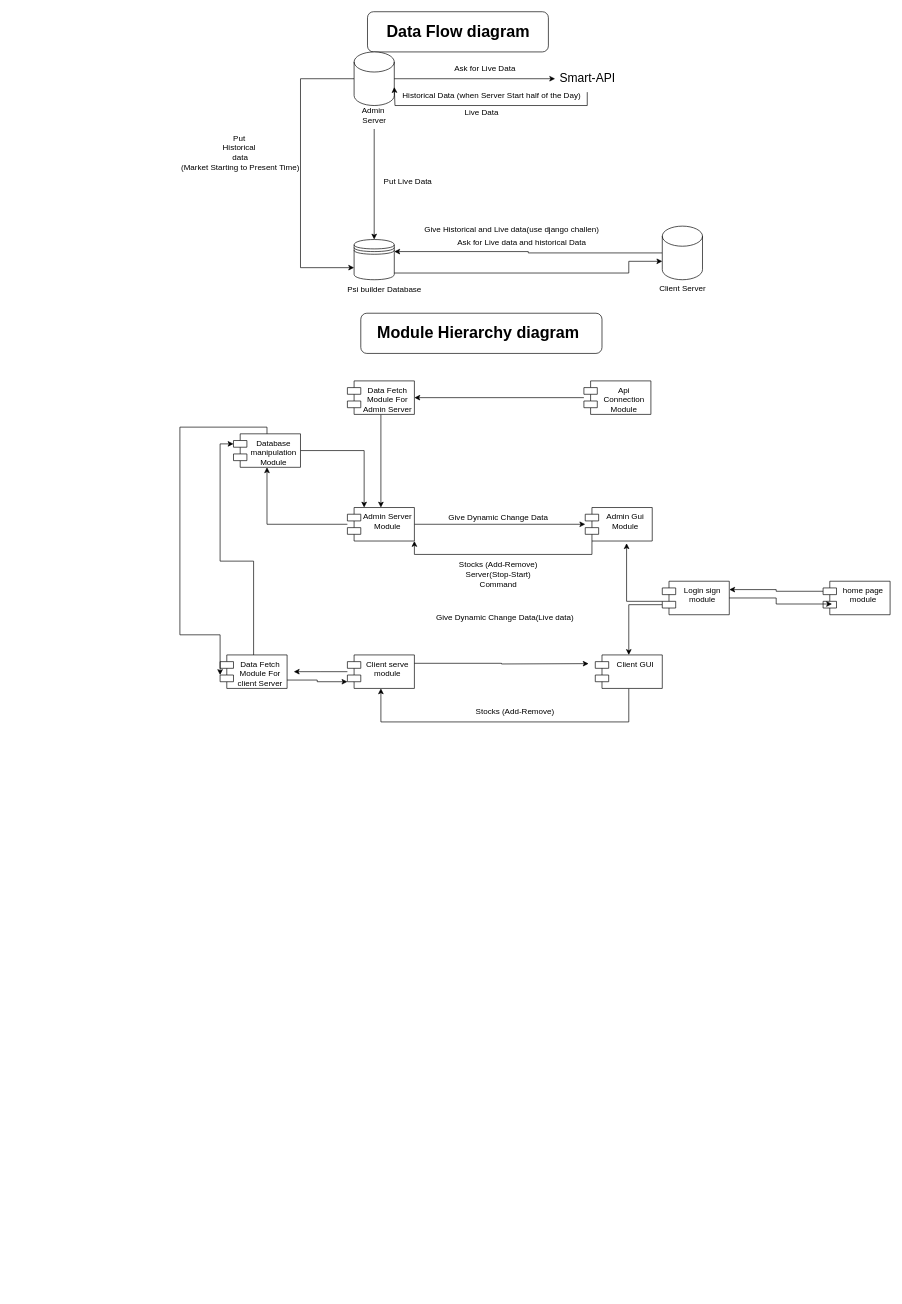
Above: Untitled Diagram.drawio in rizztoy/psi-builder (draw.io), before the change. Source tidied: cells renumbered, new cells numbered last; positions are measured from the earlier drawing's top-left corner, leaving out a move shared by most shapes. Both pictures are drawn from the tidied source at 67%, with x=0, y=0 at pixel (173, 11).
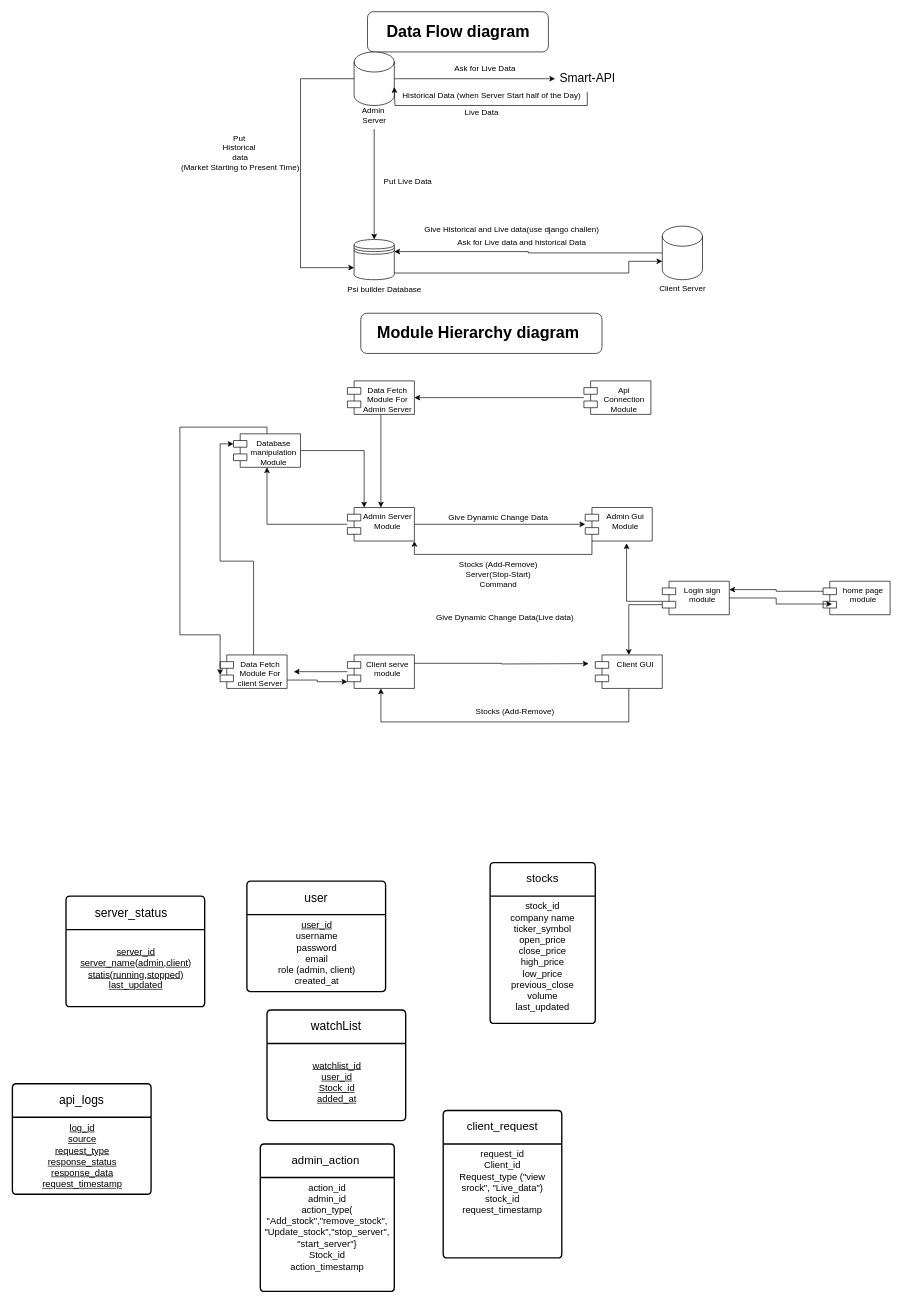
Above is the later version.

What changed in the source:
```diff
@@
+    <mxCell id="56" value="&lt;font style=&quot;font-size: 18px;&quot;&gt;user&lt;/font&gt;" style="swimlane;horizontal=1;startSize=50;rounded=1;fontSize=14;fontStyle=0;strokeWidth=2;shadow=0;dashed=0;align=center;arcSize=4;whiteSpace=wrap;html=1;" parent="1" vertex="1">
+      <mxGeometry x="110" y="1297.5" width="207" height="165" as="geometry" />
+    </mxCell>
+    <mxCell id="57" value="&lt;u&gt;&lt;font style=&quot;font-size: 14px;&quot;&gt;user_id&lt;/font&gt;&lt;/u&gt;&lt;div&gt;&lt;font style=&quot;font-size: 14px;&quot;&gt;username&lt;/font&gt;&lt;/div&gt;&lt;div&gt;&lt;font style=&quot;font-size: 14px;&quot;&gt;password&lt;/font&gt;&lt;/div&gt;&lt;div&gt;&lt;font style=&quot;font-size: 14px;&quot;&gt;email&lt;/font&gt;&lt;/div&gt;&lt;div&gt;&lt;font style=&quot;font-size: 14px;&quot;&gt;role (admin, client)&lt;/font&gt;&lt;/div&gt;&lt;div&gt;&lt;font style=&quot;font-size: 14px;&quot;&gt;created_at&lt;/font&gt;&lt;/div&gt;" style="text;html=1;align=center;verticalAlign=middle;strokeColor=none;fillColor=none;" parent="56" vertex="1">
+      <mxGeometry y="50" width="207" height="115" as="geometry" />
+    </mxCell>
+    <mxCell id="58" value="&lt;font style=&quot;font-size: 17px;&quot;&gt;stocks&lt;/font&gt;" style="swimlane;horizontal=1;startSize=50;rounded=1;fontSize=14;fontStyle=0;strokeWidth=2;shadow=0;dashed=0;align=center;arcSize=4;whiteSpace=wrap;html=1;" parent="1" vertex="1">
+      <mxGeometry x="473" y="1270" width="157" height="240" as="geometry" />
+    </mxCell>
+    <mxCell id="59" value="&lt;font style=&quot;font-size: 14px;&quot;&gt;stock_id&lt;/font&gt;&lt;div&gt;&lt;font style=&quot;font-size: 14px;&quot;&gt;company name&lt;/font&gt;&lt;/div&gt;&lt;div&gt;&lt;font style=&quot;font-size: 14px;&quot;&gt;ticker_symbol&lt;/font&gt;&lt;/div&gt;&lt;div&gt;&lt;font style=&quot;font-size: 14px;&quot;&gt;open_price&lt;/font&gt;&lt;/div&gt;&lt;div&gt;&lt;font style=&quot;font-size: 14px;&quot;&gt;close_price&lt;/font&gt;&lt;/div&gt;&lt;div&gt;&lt;font style=&quot;font-size: 14px;&quot;&gt;high_price&lt;/font&gt;&lt;/div&gt;&lt;div&gt;&lt;font style=&quot;font-size: 14px;&quot;&gt;low_price&lt;/font&gt;&lt;/div&gt;&lt;div&gt;&lt;font style=&quot;font-size: 14px;&quot;&gt;previous_close&lt;/font&gt;&lt;/div&gt;&lt;div&gt;&lt;font style=&quot;font-size: 14px;&quot;&gt;volume&lt;/font&gt;&lt;/div&gt;&lt;div&gt;&lt;font style=&quot;font-size: 14px;&quot;&gt;last_updated&lt;/font&gt;&lt;/div&gt;" style="align=center;strokeColor=none;fillColor=none;spacingLeft=4;spacingRight=4;fontSize=12;verticalAlign=top;html=1;whiteSpace=wrap;" parent="58" vertex="1">
+      <mxGeometry y="50" width="157" height="190" as="geometry" />
+    </mxCell>
+    <mxCell id="60" value="&lt;font style=&quot;font-size: 17px;&quot;&gt;client_request&lt;/font&gt;" style="swimlane;horizontal=1;startSize=50;rounded=1;fontSize=14;fontStyle=0;strokeWidth=2;shadow=0;dashed=0;align=center;arcSize=4;whiteSpace=wrap;html=1;" parent="1" vertex="1">
+      <mxGeometry x="403" y="1640" width="177" height="220" as="geometry" />
+    </mxCell>
+    <mxCell id="61" value="&lt;span style=&quot;font-size: 14px;&quot;&gt;request_id&lt;/span&gt;&lt;div&gt;&lt;span style=&quot;font-size: 14px;&quot;&gt;Client_id&lt;/span&gt;&lt;/div&gt;&lt;div&gt;&lt;span style=&quot;font-size: 14px;&quot;&gt;Request_type (&quot;view srock&quot;, &quot;Live_data&quot;)&lt;/span&gt;&lt;/div&gt;&lt;div&gt;&lt;span style=&quot;font-size: 14px;&quot;&gt;stock_id&lt;/span&gt;&lt;/div&gt;&lt;div&gt;&lt;span style=&quot;font-size: 14px;&quot;&gt;request_timestamp&lt;/span&gt;&lt;/div&gt;" style="align=center;strokeColor=none;fillColor=none;spacingLeft=4;spacingRight=4;fontSize=12;verticalAlign=top;html=1;whiteSpace=wrap;" parent="60" vertex="1">
+      <mxGeometry y="50" width="177" height="170" as="geometry" />
+    </mxCell>
+    <mxCell id="62" value="&lt;font style=&quot;font-size: 17px;&quot;&gt;admin_action&amp;nbsp;&lt;/font&gt;" style="swimlane;horizontal=1;startSize=50;rounded=1;fontSize=14;fontStyle=0;strokeWidth=2;shadow=0;dashed=0;align=center;arcSize=4;whiteSpace=wrap;html=1;" parent="1" vertex="1">
+      <mxGeometry x="130" y="1690" width="200" height="220" as="geometry" />
+    </mxCell>
+    <mxCell id="63" value="&lt;span style=&quot;font-size: 14px;&quot;&gt;action_id&lt;/span&gt;&lt;div&gt;&lt;span style=&quot;font-size: 14px;&quot;&gt;admin_id&lt;/span&gt;&lt;/div&gt;&lt;div&gt;&lt;span style=&quot;font-size: 14px;&quot;&gt;action_type(&lt;/span&gt;&lt;/div&gt;&lt;div&gt;&lt;span style=&quot;font-size: 14px;&quot;&gt;&quot;&lt;/span&gt;&lt;span style=&quot;font-size: 14px; background-color: transparent; color: light-dark(rgb(0, 0, 0), rgb(255, 255, 255));&quot;&gt;Add_stock&quot;,&quot;remove_stock&quot;,&lt;/span&gt;&lt;/div&gt;&lt;div&gt;&lt;span style=&quot;font-size: 14px; background-color: transparent; color: light-dark(rgb(0, 0, 0), rgb(255, 255, 255));&quot;&gt;&quot;Update_stock&quot;,&quot;stop_server&quot;,&lt;/span&gt;&lt;/div&gt;&lt;div&gt;&lt;span style=&quot;font-size: 14px; background-color: transparent; color: light-dark(rgb(0, 0, 0), rgb(255, 255, 255));&quot;&gt;&quot;start_server&quot;}&lt;/span&gt;&lt;/div&gt;&lt;div&gt;&lt;span style=&quot;font-size: 14px; background-color: transparent; color: light-dark(rgb(0, 0, 0), rgb(255, 255, 255));&quot;&gt;Stock_id&lt;/span&gt;&lt;/div&gt;&lt;div&gt;&lt;span style=&quot;font-size: 14px; background-color: transparent; color: light-dark(rgb(0, 0, 0), rgb(255, 255, 255));&quot;&gt;action_timestamp&lt;/span&gt;&lt;/div&gt;" style="align=center;strokeColor=none;fillColor=none;spacingLeft=4;spacingRight=4;fontSize=12;verticalAlign=top;html=1;whiteSpace=wrap;" parent="62" vertex="1">
+      <mxGeometry y="50" width="200" height="170" as="geometry" />
+    </mxCell>
+    <mxCell id="64" value="&lt;font style=&quot;font-size: 18px;&quot;&gt;watchList&lt;/font&gt;" style="swimlane;horizontal=1;startSize=50;rounded=1;fontSize=14;fontStyle=0;strokeWidth=2;shadow=0;dashed=0;align=center;arcSize=4;whiteSpace=wrap;html=1;" parent="1" vertex="1">
+      <mxGeometry x="140" y="1490" width="207" height="165" as="geometry" />
+    </mxCell>
+    <mxCell id="65" value="&lt;span style=&quot;font-size: 14px;&quot;&gt;&lt;u&gt;watchlist_id&lt;/u&gt;&lt;/span&gt;&lt;div&gt;&lt;span style=&quot;font-size: 14px;&quot;&gt;&lt;u&gt;user_id&lt;/u&gt;&lt;/span&gt;&lt;/div&gt;&lt;div&gt;&lt;span style=&quot;font-size: 14px;&quot;&gt;&lt;u&gt;Stock_id&lt;/u&gt;&lt;/span&gt;&lt;/div&gt;&lt;div&gt;&lt;span style=&quot;font-size: 14px;&quot;&gt;&lt;u&gt;added_at&lt;/u&gt;&lt;/span&gt;&lt;/div&gt;" style="text;html=1;align=center;verticalAlign=middle;strokeColor=none;fillColor=none;" parent="64" vertex="1">
+      <mxGeometry y="50" width="207" height="115" as="geometry" />
+    </mxCell>
+    <mxCell id="66" value="&lt;font style=&quot;font-size: 18px;&quot;&gt;api_logs&lt;/font&gt;" style="swimlane;horizontal=1;startSize=50;rounded=1;fontSize=14;fontStyle=0;strokeWidth=2;shadow=0;dashed=0;align=center;arcSize=4;whiteSpace=wrap;html=1;" parent="1" vertex="1">
+      <mxGeometry x="-240" y="1600" width="207" height="165" as="geometry" />
+    </mxCell>
+    <mxCell id="67" value="&lt;span style=&quot;font-size: 14px;&quot;&gt;&lt;u&gt;log_id&lt;/u&gt;&lt;/span&gt;&lt;div&gt;&lt;span style=&quot;font-size: 14px;&quot;&gt;&lt;u&gt;source&lt;/u&gt;&lt;/span&gt;&lt;/div&gt;&lt;div&gt;&lt;span style=&quot;font-size: 14px;&quot;&gt;&lt;u&gt;request_type&lt;/u&gt;&lt;/span&gt;&lt;/div&gt;&lt;div&gt;&lt;span style=&quot;font-size: 14px;&quot;&gt;&lt;u&gt;response_status&lt;/u&gt;&lt;/span&gt;&lt;/div&gt;&lt;div&gt;&lt;span style=&quot;font-size: 14px;&quot;&gt;&lt;u&gt;response_data&lt;/u&gt;&lt;/span&gt;&lt;/div&gt;&lt;div&gt;&lt;span style=&quot;font-size: 14px;&quot;&gt;&lt;u&gt;request_timestamp&lt;/u&gt;&lt;/span&gt;&lt;/div&gt;" style="text;html=1;align=center;verticalAlign=middle;strokeColor=none;fillColor=none;" parent="66" vertex="1">
+      <mxGeometry y="50" width="207" height="115" as="geometry" />
+    </mxCell>
+    <mxCell id="68" value="&lt;font style=&quot;font-size: 18px;&quot;&gt;server_status&lt;span style=&quot;white-space: pre;&quot;&gt;&#9;&lt;/span&gt;&lt;/font&gt;" style="swimlane;horizontal=1;startSize=50;rounded=1;fontSize=14;fontStyle=0;strokeWidth=2;shadow=0;dashed=0;align=center;arcSize=4;whiteSpace=wrap;html=1;" parent="1" vertex="1">
+      <mxGeometry x="-160" y="1320" width="207" height="165" as="geometry" />
+    </mxCell>
+    <mxCell id="69" value="&lt;span style=&quot;font-size: 14px;&quot;&gt;&lt;u&gt;server_id&lt;/u&gt;&lt;/span&gt;&lt;div&gt;&lt;span style=&quot;font-size: 14px;&quot;&gt;&lt;u&gt;server_name(admin,client)&lt;/u&gt;&lt;/span&gt;&lt;/div&gt;&lt;div&gt;&lt;span style=&quot;font-size: 14px;&quot;&gt;&lt;u&gt;statis(running,stopped)&lt;/u&gt;&lt;/span&gt;&lt;/div&gt;&lt;div&gt;&lt;span style=&quot;font-size: 14px;&quot;&gt;&lt;u&gt;last_updated&lt;/u&gt;&lt;/span&gt;&lt;/div&gt;" style="text;html=1;align=center;verticalAlign=middle;strokeColor=none;fillColor=none;" parent="68" vertex="1">
+      <mxGeometry y="50" width="207" height="115" as="geometry" />
+    </mxCell>
```
